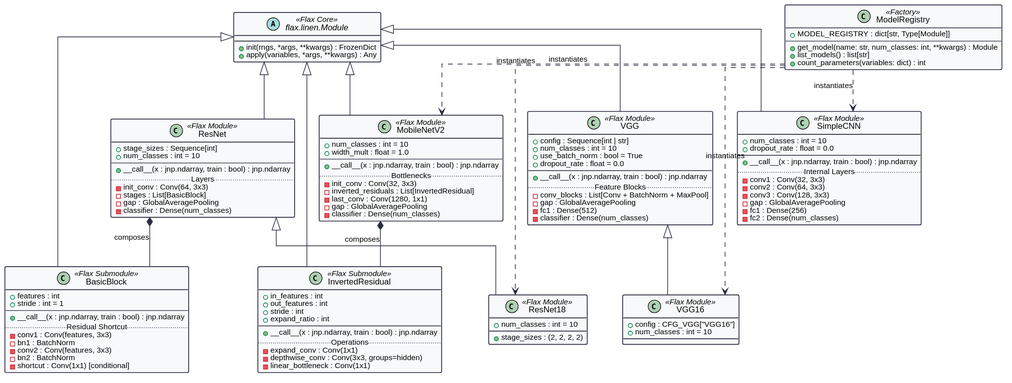
Above: diagrams/01-class-diagrams/model_architectures.svg in bernardbdas/research (PlantUML), before the change. Source of this version:
```plantuml
@startuml
skinparam monochrome false
skinparam shadowing false
skinparam roundcorner 4
skinparam defaultFontName "Helvetica"
skinparam defaultFontSize 11
skinparam classFontSize 12
skinparam classFontName "Helvetica"
skinparam linetype ortho

skinparam class {
    BackgroundColor #F8F9FA
    BorderColor #2B2D42
    BorderThickness 1.2
    ArrowColor #2B2D42
}

abstract class "flax.linen.Module" as Module <<Flax Core>> {
    + init(rngs, *args, **kwargs) : FrozenDict
    + apply(variables, *args, **kwargs) : Any
}

class "SimpleCNN" as SimpleCNN <<Flax Module>> {
    + num_classes : int = 10
    + dropout_rate : float = 0.0
    --
    + __call__(x : jnp.ndarray, train : bool) : jnp.ndarray
    .. Internal Layers ..
    - conv1 : Conv(32, 3x3)
    - conv2 : Conv(64, 3x3)
    - conv3 : Conv(128, 3x3)
    - gap : GlobalAveragePooling
    - fc1 : Dense(256)
    - fc2 : Dense(num_classes)
}

class "BasicBlock" as BasicBlock <<Flax Submodule>> {
    + features : int
    + stride : int = 1
    --
    + __call__(x : jnp.ndarray, train : bool) : jnp.ndarray
    .. Residual Shortcut ..
    - conv1 : Conv(features, 3x3)
    - bn1 : BatchNorm
    - conv2 : Conv(features, 3x3)
    - bn2 : BatchNorm
    - shortcut : Conv(1x1) [conditional]
}

class "ResNet" as ResNet <<Flax Module>> {
    + stage_sizes : Sequence[int]
    + num_classes : int = 10
    --
    + __call__(x : jnp.ndarray, train : bool) : jnp.ndarray
    .. Layers ..
    - init_conv : Conv(64, 3x3)
    - stages : List[BasicBlock]
    - gap : GlobalAveragePooling
    - classifier : Dense(num_classes)
}

class "ResNet18" as ResNet18 <<Flax Module>> {
    + stage_sizes : (2, 2, 2, 2)
    + num_classes : int = 10
}

class "InvertedResidual" as InvertedResidual <<Flax Submodule>> {
    + in_features : int
    + out_features : int
    + stride : int
    + expand_ratio : int
    --
    + __call__(x : jnp.ndarray, train : bool) : jnp.ndarray
    .. Operations ..
    - expand_conv : Conv(1x1)
    - depthwise_conv : Conv(3x3, groups=hidden)
    - linear_bottleneck : Conv(1x1)
}

class "MobileNetV2" as MobileNetV2 <<Flax Module>> {
    + num_classes : int = 10
    + width_mult : float = 1.0
    --
    + __call__(x : jnp.ndarray, train : bool) : jnp.ndarray
    .. Bottlenecks ..
    - init_conv : Conv(32, 3x3)
    - inverted_residuals : List[InvertedResidual]
    - last_conv : Conv(1280, 1x1)
    - gap : GlobalAveragePooling
    - classifier : Dense(num_classes)
}

class "VGG" as VGG <<Flax Module>> {
    + config : Sequence[int | str]
    + num_classes : int = 10
    + use_batch_norm : bool = True
    + dropout_rate : float = 0.0
    --
    + __call__(x : jnp.ndarray, train : bool) : jnp.ndarray
    .. Feature Blocks ..
    - conv_blocks : List[Conv + BatchNorm + MaxPool]
    - gap : GlobalAveragePooling
    - fc1 : Dense(512)
    - classifier : Dense(num_classes)
}

class "VGG16" as VGG16 <<Flax Module>> {
    + config : CFG_VGG["VGG16"]
    + num_classes : int = 10
}

class "ModelRegistry" as ModelRegistry <<Factory>> {
    + MODEL_REGISTRY : dict[str, Type[Module]]
    --
    + get_model(name: str, num_classes: int, **kwargs) : Module
    + list_models() : list[str]
    + count_parameters(variables: dict) : int
}

Module <|-- SimpleCNN
Module <|-- BasicBlock
Module <|-- ResNet
Module <|-- InvertedResidual
Module <|-- MobileNetV2
Module <|-- VGG

ResNet <|-- ResNet18
VGG <|-- VGG16

ResNet *-- BasicBlock : composes
MobileNetV2 *-- InvertedResidual : composes

ModelRegistry ..> SimpleCNN : instantiates
ModelRegistry ..> ResNet18 : instantiates
ModelRegistry ..> MobileNetV2 : instantiates
ModelRegistry ..> VGG16 : instantiates
@enduml
```
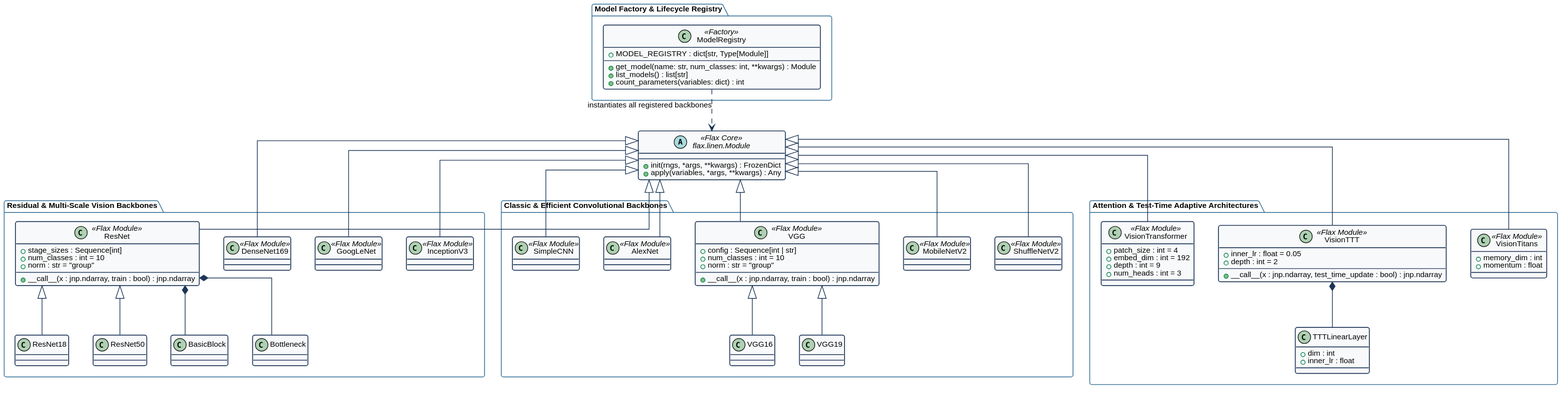
The same diagram one commit later.

What changed in the source:
```diff
@@ -1,18 +1,24 @@
 @startuml
 skinparam monochrome false
 skinparam shadowing false
-skinparam roundcorner 4
+skinparam roundcorner 6
 skinparam defaultFontName "Helvetica"
 skinparam defaultFontSize 11
-skinparam classFontSize 12
-skinparam classFontName "Helvetica"
+skinparam classFontSize 11
 skinparam linetype ortho
 
 skinparam class {
     BackgroundColor #F8F9FA
-    BorderColor #2B2D42
+    BorderColor #1D3557
     BorderThickness 1.2
-    ArrowColor #2B2D42
+    ArrowColor #1D3557
+}
+
+skinparam package {
+    BackgroundColor #FFFFFF
+    BorderColor #457B9D
+    BorderThickness 1.2
+    FontStyle bold
 }
 
 abstract class "flax.linen.Module" as Module <<Flax Core>> {
@@ -20,118 +26,97 @@
     + apply(variables, *args, **kwargs) : Any
 }
 
-class "SimpleCNN" as SimpleCNN <<Flax Module>> {
-    + num_classes : int = 10
-    + dropout_rate : float = 0.0
-    --
-    + __call__(x : jnp.ndarray, train : bool) : jnp.ndarray
-    .. Internal Layers ..
-    - conv1 : Conv(32, 3x3)
-    - conv2 : Conv(64, 3x3)
-    - conv3 : Conv(128, 3x3)
-    - gap : GlobalAveragePooling
-    - fc1 : Dense(256)
-    - fc2 : Dense(num_classes)
+package "Residual & Multi-Scale Vision Backbones" {
+    class "ResNet" as ResNet <<Flax Module>> {
+        + stage_sizes : Sequence[int]
+        + num_classes : int = 10
+        + norm : str = "group"
+        --
+        + __call__(x : jnp.ndarray, train : bool) : jnp.ndarray
+    }
+    class "ResNet18" as ResNet18
+    class "ResNet50" as ResNet50
+    class "BasicBlock" as BasicBlock
+    class "Bottleneck" as Bottleneck
+
+    class "DenseNet169" as DenseNet169 <<Flax Module>>
+    class "GoogLeNet" as GoogLeNet <<Flax Module>>
+    class "InceptionV3" as InceptionV3 <<Flax Module>>
 }
 
-class "BasicBlock" as BasicBlock <<Flax Submodule>> {
-    + features : int
-    + stride : int = 1
-    --
-    + __call__(x : jnp.ndarray, train : bool) : jnp.ndarray
-    .. Residual Shortcut ..
-    - conv1 : Conv(features, 3x3)
-    - bn1 : BatchNorm
-    - conv2 : Conv(features, 3x3)
-    - bn2 : BatchNorm
-    - shortcut : Conv(1x1) [conditional]
+package "Classic & Efficient Convolutional Backbones" {
+    class "SimpleCNN" as SimpleCNN <<Flax Module>>
+    class "AlexNet" as AlexNet <<Flax Module>>
+    class "VGG" as VGG <<Flax Module>> {
+        + config : Sequence[int | str]
+        + num_classes : int = 10
+        + norm : str = "group"
+        --
+        + __call__(x : jnp.ndarray, train : bool) : jnp.ndarray
+    }
+    class "VGG16" as VGG16
+    class "VGG19" as VGG19
+
+    class "MobileNetV2" as MobileNetV2 <<Flax Module>>
+    class "ShuffleNetV2" as ShuffleNetV2 <<Flax Module>>
 }
 
-class "ResNet" as ResNet <<Flax Module>> {
-    + stage_sizes : Sequence[int]
-    + num_classes : int = 10
-    --
-    + __call__(x : jnp.ndarray, train : bool) : jnp.ndarray
-    .. Layers ..
-    - init_conv : Conv(64, 3x3)
-    - stages : List[BasicBlock]
-    - gap : GlobalAveragePooling
-    - classifier : Dense(num_classes)
+package "Attention & Test-Time Adaptive Architectures" {
+    class "VisionTransformer" as ViT <<Flax Module>> {
+        + patch_size : int = 4
+        + embed_dim : int = 192
+        + depth : int = 9
+        + num_heads : int = 3
+    }
+
+    class "VisionTTT" as VisionTTT <<Flax Module>> {
+        + inner_lr : float = 0.05
+        + depth : int = 2
+        --
+        + __call__(x : jnp.ndarray, test_time_update : bool) : jnp.ndarray
+    }
+    class "TTTLinearLayer" as TTTLayer {
+        + dim : int
+        + inner_lr : float
+    }
+
+    class "VisionTitans" as Titans <<Flax Module>> {
+        + memory_dim : int
+        + momentum : float
+    }
 }
 
-class "ResNet18" as ResNet18 <<Flax Module>> {
-    + stage_sizes : (2, 2, 2, 2)
-    + num_classes : int = 10
+package "Model Factory & Lifecycle Registry" {
+    class "ModelRegistry" as ModelRegistry <<Factory>> {
+        + MODEL_REGISTRY : dict[str, Type[Module]]
+        --
+        + get_model(name: str, num_classes: int, **kwargs) : Module
+        + list_models() : list[str]
+        + count_parameters(variables: dict) : int
+    }
 }
 
-class "InvertedResidual" as InvertedResidual <<Flax Submodule>> {
-    + in_features : int
-    + out_features : int
-    + stride : int
-    + expand_ratio : int
-    --
-    + __call__(x : jnp.ndarray, train : bool) : jnp.ndarray
-    .. Operations ..
-    - expand_conv : Conv(1x1)
-    - depthwise_conv : Conv(3x3, groups=hidden)
-    - linear_bottleneck : Conv(1x1)
-}
-
-class "MobileNetV2" as MobileNetV2 <<Flax Module>> {
-    + num_classes : int = 10
-    + width_mult : float = 1.0
-    --
-    + __call__(x : jnp.ndarray, train : bool) : jnp.ndarray
-    .. Bottlenecks ..
-    - init_conv : Conv(32, 3x3)
-    - inverted_residuals : List[InvertedResidual]
-    - last_conv : Conv(1280, 1x1)
-    - gap : GlobalAveragePooling
-    - classifier : Dense(num_classes)
-}
-
-class "VGG" as VGG <<Flax Module>> {
-    + config : Sequence[int | str]
-    + num_classes : int = 10
-    + use_batch_norm : bool = True
-    + dropout_rate : float = 0.0
-    --
-    + __call__(x : jnp.ndarray, train : bool) : jnp.ndarray
-    .. Feature Blocks ..
-    - conv_blocks : List[Conv + BatchNorm + MaxPool]
-    - gap : GlobalAveragePooling
-    - fc1 : Dense(512)
-    - classifier : Dense(num_classes)
-}
-
-class "VGG16" as VGG16 <<Flax Module>> {
-    + config : CFG_VGG["VGG16"]
-    + num_classes : int = 10
-}
-
-class "ModelRegistry" as ModelRegistry <<Factory>> {
-    + MODEL_REGISTRY : dict[str, Type[Module]]
-    --
-    + get_model(name: str, num_classes: int, **kwargs) : Module
-    + list_models() : list[str]
-    + count_parameters(variables: dict) : int
-}
-
+Module <|-- ResNet
 Module <|-- SimpleCNN
-Module <|-- BasicBlock
-Module <|-- ResNet
-Module <|-- InvertedResidual
+Module <|-- AlexNet
+Module <|-- VGG
 Module <|-- MobileNetV2
-Module <|-- VGG
+Module <|-- ShuffleNetV2
+Module <|-- DenseNet169
+Module <|-- GoogLeNet
+Module <|-- InceptionV3
+Module <|-- ViT
+Module <|-- VisionTTT
+Module <|-- Titans
 
 ResNet <|-- ResNet18
+ResNet <|-- ResNet50
 VGG <|-- VGG16
+VGG <|-- VGG19
 
-ResNet *-- BasicBlock : composes
-MobileNetV2 *-- InvertedResidual : composes
+ResNet *-- BasicBlock
+ResNet *-- Bottleneck
+VisionTTT *-- TTTLayer
 
-ModelRegistry ..> SimpleCNN : instantiates
-ModelRegistry ..> ResNet18 : instantiates
-ModelRegistry ..> MobileNetV2 : instantiates
-ModelRegistry ..> VGG16 : instantiates
+ModelRegistry ..> Module : instantiates all registered backbones
 @enduml
```
